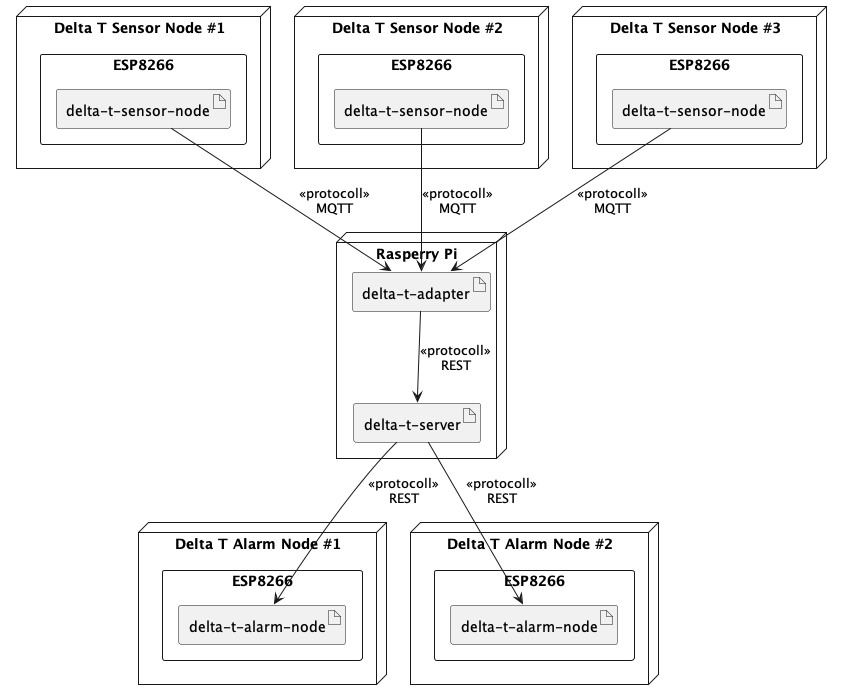
r42sys/delta-t-sensor-node keeps this PlantUML diagram as doc/example-deployment.png. Above is the earlier version. The source it was exported from:
```plantuml
@startuml

node "Delta T Sensor Node #1" {
    rectangle esp8266_delta_t_sensor_node_1 as "ESP8266" {
        artifact delta_t_sensor_node_1 as "delta-t-sensor-node"
    }
}

node "Delta T Sensor Node #2" {
    rectangle esp8266_delta_t_sensor_node_2 as "ESP8266" {
        artifact delta_t_sensor_node_2 as "delta-t-sensor-node"
    }
}

node "Delta T Sensor Node #3" {
    rectangle esp8266_3 as "ESP8266" {
        artifact delta_t_sensor_node_3 as "delta-t-sensor-node"
    }
}

node raspberry_pi as "Rasperry Pi" {
    artifact delta_t_adapter as "delta-t-adapter"
    artifact delta_t_server as "delta-t-server"
}

node "Delta T Alarm Node #1" {
    rectangle esp8266_delta_t_alarm_node_1 as "ESP8266" {
        artifact delta_t_alarm_node_1 as "delta-t-alarm-node"
    }
}

node "Delta T Alarm Node #2" {
    rectangle esp8266_delta_t_alarm_node_2 as "ESP8266" {
        artifact delta_t_alarm_node_2 as "delta-t-alarm-node"
    }
}

delta_t_sensor_node_1 --> delta_t_adapter: <<protocoll>>\nMQTT
delta_t_sensor_node_2 --> delta_t_adapter: <<protocoll>>\nMQTT
delta_t_sensor_node_3 --> delta_t_adapter: <<protocoll>>\nMQTT
delta_t_adapter --> delta_t_server : <<protocoll>>\nREST
delta_t_server --> delta_t_alarm_node_1: <<protocoll>>\nREST
delta_t_server --> delta_t_alarm_node_2: <<protocoll>>\nREST

@enduml
```
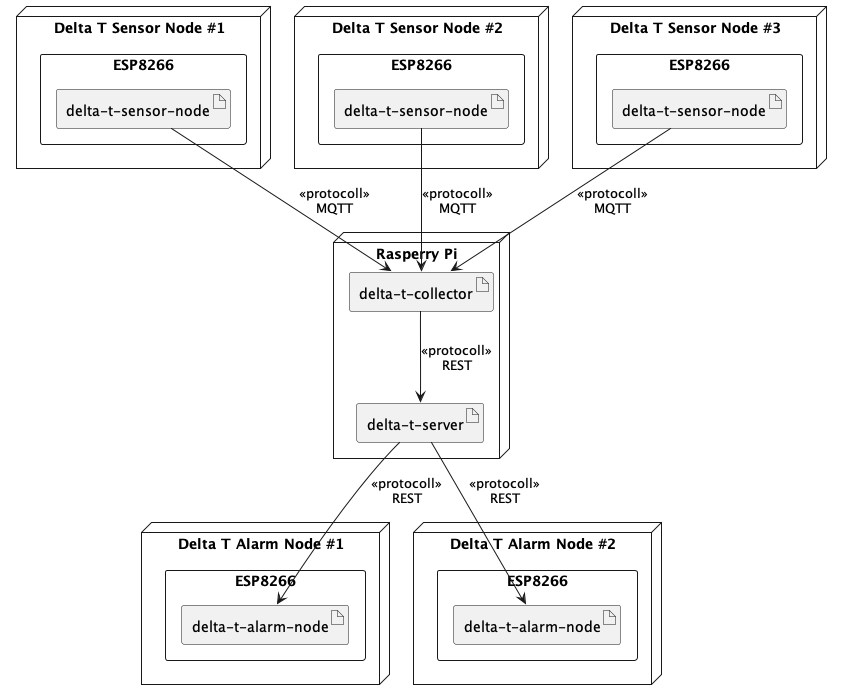
After the change.

Commit message:
Rename delta-t-adapter project

Change to the diagram source:
```diff
@@ -19,7 +19,7 @@
 }
 
 node raspberry_pi as "Rasperry Pi" {
-    artifact delta_t_adapter as "delta-t-adapter"
+    artifact delta_t_collector as "delta-t-collector"
     artifact delta_t_server as "delta-t-server"
 }
 
@@ -35,10 +35,10 @@
     }
 }
 
-delta_t_sensor_node_1 --> delta_t_adapter: <<protocoll>>\nMQTT
-delta_t_sensor_node_2 --> delta_t_adapter: <<protocoll>>\nMQTT
-delta_t_sensor_node_3 --> delta_t_adapter: <<protocoll>>\nMQTT
-delta_t_adapter --> delta_t_server : <<protocoll>>\nREST
+delta_t_sensor_node_1 --> delta_t_collector: <<protocoll>>\nMQTT
+delta_t_sensor_node_2 --> delta_t_collector: <<protocoll>>\nMQTT
+delta_t_sensor_node_3 --> delta_t_collector: <<protocoll>>\nMQTT
+delta_t_collector --> delta_t_server : <<protocoll>>\nREST
 delta_t_server --> delta_t_alarm_node_1: <<protocoll>>\nREST
 delta_t_server --> delta_t_alarm_node_2: <<protocoll>>\nREST
 
```
